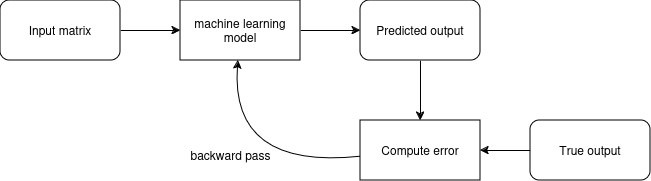
Before: report/images/supervised_learning_diagram.drawio.png, a diagram exported from draw.io (FelicienFG/research-project-AUT). Source tidied: cells renumbered, new cells last; positions are measured from the earlier drawing's top-left corner, leaving out a move shared by most shapes. Source of this version:
```xml
<mxGraphModel>
  <root>
    <mxCell id="0" />
    <mxCell id="1" parent="0" />
    <mxCell id="2" style="edgeStyle=orthogonalEdgeStyle;rounded=0;jettySize=auto;html=1;" parent="1" edge="1" source="3" target="5">
      <mxGeometry relative="1" as="geometry" />
    </mxCell>
    <mxCell id="3" value="Input matrix" style="rounded=1;whiteSpace=wrap;html=1;" parent="1" vertex="1">
      <mxGeometry width="120" height="60" as="geometry" />
    </mxCell>
    <mxCell id="4" style="edgeStyle=orthogonalEdgeStyle;rounded=0;jettySize=auto;html=1;" parent="1" edge="1" source="5" target="7">
      <mxGeometry relative="1" as="geometry" />
    </mxCell>
    <mxCell id="5" value="machine learning model" style="rounded=0;whiteSpace=wrap;html=1;" parent="1" vertex="1">
      <mxGeometry x="180" width="120" height="60" as="geometry" />
    </mxCell>
    <mxCell id="6" style="edgeStyle=orthogonalEdgeStyle;rounded=0;jettySize=auto;html=1;" parent="1" edge="1" source="7" target="8">
      <mxGeometry relative="1" as="geometry" />
    </mxCell>
    <mxCell id="7" value="Predicted output" style="rounded=1;whiteSpace=wrap;html=1;" parent="1" vertex="1">
      <mxGeometry x="360" width="120" height="60" as="geometry" />
    </mxCell>
    <mxCell id="8" value="Compute error" style="rounded=0;whiteSpace=wrap;html=1;" parent="1" vertex="1">
      <mxGeometry x="360" y="120" width="120" height="60" as="geometry" />
    </mxCell>
    <mxCell id="9" style="edgeStyle=orthogonalEdgeStyle;rounded=0;jettySize=auto;html=1;" parent="1" edge="1" source="10" target="8">
      <mxGeometry relative="1" as="geometry" />
    </mxCell>
    <mxCell id="10" value="True output" style="rounded=1;whiteSpace=wrap;html=1;" parent="1" vertex="1">
      <mxGeometry x="530" y="120" width="120" height="60" as="geometry" />
    </mxCell>
    <mxCell id="11" style="curved=1;endArrow=classic;html=1;rounded=0;" parent="1" edge="1" source="8" target="5">
      <mxGeometry relative="1" as="geometry">
        <Array as="points">
          <mxPoint x="230" y="170" />
        </Array>
      </mxGeometry>
    </mxCell>
    <mxCell id="12" value="backward pass" style="text;html=1;align=center;verticalAlign=middle;strokeColor=none;fillColor=none;" parent="1" vertex="1">
      <mxGeometry x="180" y="140" width="100" height="30" as="geometry" />
    </mxCell>
  </root>
</mxGraphModel>
```
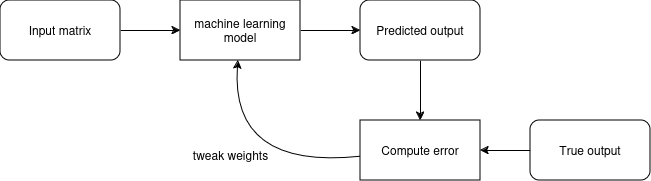
Above is the later version.

What changed in the source:
```diff
@@ -36,7 +36,7 @@
         </Array>
       </mxGeometry>
     </mxCell>
-    <mxCell id="12" value="backward pass" style="text;html=1;align=center;verticalAlign=middle;strokeColor=none;fillColor=none;" parent="1" vertex="1">
+    <mxCell id="12" value="tweak weights" style="text;html=1;align=center;verticalAlign=middle;strokeColor=none;fillColor=none;" parent="1" vertex="1">
       <mxGeometry x="180" y="140" width="100" height="30" as="geometry" />
     </mxCell>
   </root>
```
